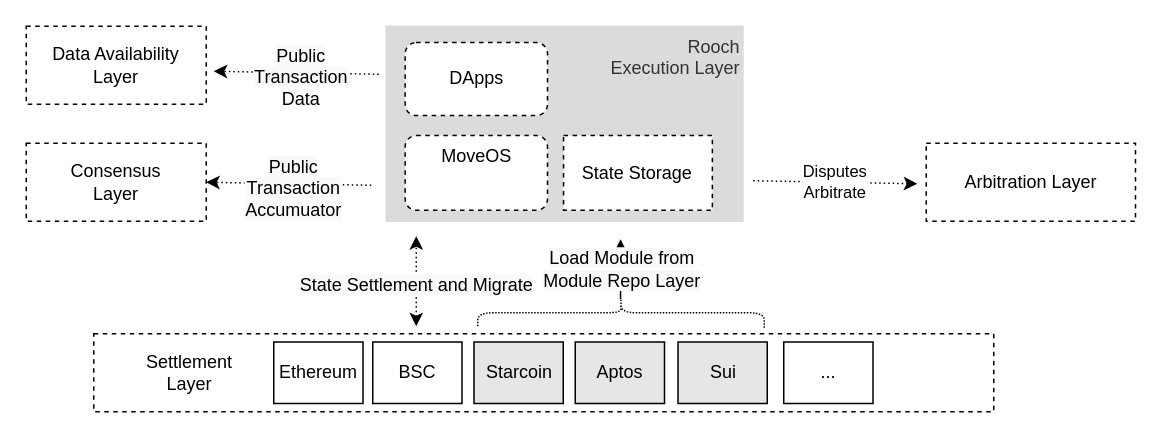
Before: page "modular" (2 of 10) of static/diagram/rooch.drawio in rooch-network/rooch-network.github.io, a draw.io diagram. Source tidied: cells renumbered, new cells numbered last; positions are measured from the earlier drawing's top-left corner, leaving out a move shared by most shapes. Both pictures are drawn from the tidied source at 150%, with x=0, y=0 at pixel (26, 26).
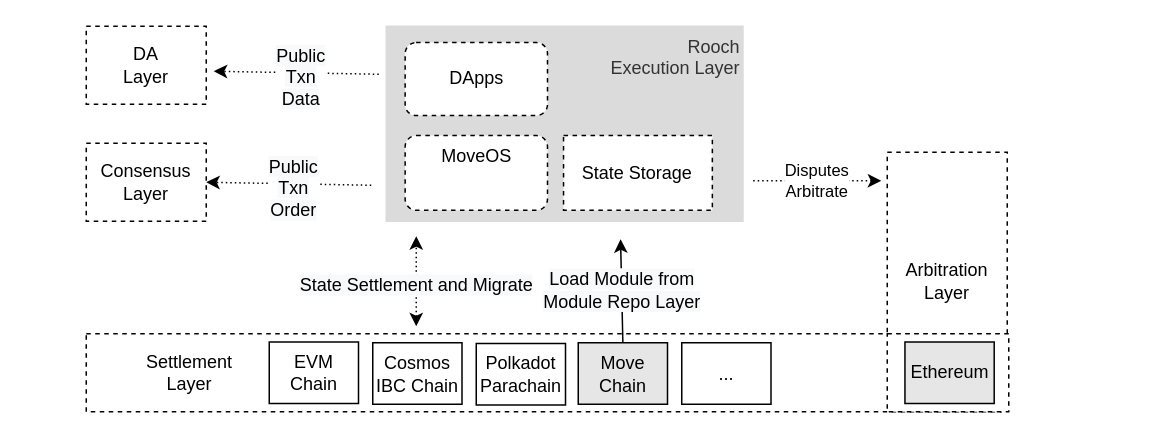
The same diagram, later.

The change refers to these unchanged cells:
```xml
<mxCell id="28" style="endArrow=classic;html=1;startArrow=none;startFill=0;dashed=1;dashPattern=1 2;entryX=1;entryY=0.5;entryDx=0;entryDy=0;endFill=1;" parent="1" edge="1" target="4">
  <mxGeometry relative="1" as="geometry">
    <mxPoint x="230" y="106" as="sourcePoint" />
  </mxGeometry>
</mxCell>
<mxCell id="30" style="endArrow=classic;html=1;startArrow=none;startFill=0;dashed=1;dashPattern=1 2;entryX=1;entryY=0.5;entryDx=0;entryDy=0;" parent="1" edge="1">
  <mxGeometry relative="1" as="geometry">
    <mxPoint x="235" y="32" as="sourcePoint" />
    <mxPoint x="125" y="30" as="targetPoint" />
  </mxGeometry>
</mxCell>
```

What changed in the source:
```diff
@@
     <mxCell id="2" value="&lt;span&gt;Arbitration Layer&lt;/span&gt;" style="rounded=0;whiteSpace=wrap;html=1;dashed=1;" parent="1" vertex="1">
-      <mxGeometry x="600" y="78" width="139.5" height="52" as="geometry" />
+      <mxGeometry x="574" y="84" width="80" height="172" as="geometry" />
     </mxCell>
-    <mxCell id="3" value="&lt;span&gt;Data Availability&lt;br&gt;Layer&lt;br&gt;&lt;/span&gt;" style="rounded=0;whiteSpace=wrap;html=1;dashed=1;" parent="1" vertex="1">
-      <mxGeometry width="120" height="52" as="geometry" />
+    <mxCell id="3" value="&lt;span&gt;DA&lt;br&gt;Layer&lt;br&gt;&lt;/span&gt;" style="rounded=0;whiteSpace=wrap;html=1;dashed=1;" parent="1" vertex="1">
+      <mxGeometry x="40" width="80" height="52" as="geometry" />
     </mxCell>
     <mxCell id="4" value="&lt;span&gt;Consensus&lt;br&gt;Layer&lt;br&gt;&lt;/span&gt;" style="rounded=0;whiteSpace=wrap;html=1;dashed=1;" parent="1" vertex="1">
-      <mxGeometry y="78" width="120" height="52" as="geometry" />
+      <mxGeometry x="40" y="78" width="80" height="52" as="geometry" />
     </mxCell>
     <mxCell id="5" style="rounded=0;whiteSpace=wrap;html=1;dashed=1;" parent="1" vertex="1">
-      <mxGeometry x="45" y="205" width="600" height="52" as="geometry" />
+      <mxGeometry x="40" y="205" width="610" height="52" as="geometry" />
     </mxCell>
-    <mxCell id="6" style="group;verticalAlign=middle;fillColor=default;" parent="1" vertex="1">
-      <mxGeometry x="165" y="210.5" width="59.5" height="41" as="geometry" />
-    </mxCell>
-    <mxCell id="7" value="&lt;span&gt;Ethereum&lt;/span&gt;" style="rounded=0;whiteSpace=wrap;html=1;verticalAlign=middle;align=center;" parent="6" vertex="1">
-      <mxGeometry width="59.5" height="41" as="geometry" />
-    </mxCell>
     <mxCell id="8" style="group;verticalAlign=middle;fillColor=default;" parent="1" vertex="1">
-      <mxGeometry x="231" y="210.5" width="59.5" height="41" as="geometry" />
+      <mxGeometry x="162" y="210.5" width="59.5" height="41" as="geometry" />
     </mxCell>
-    <mxCell id="9" value="BSC" style="rounded=0;whiteSpace=wrap;html=1;verticalAlign=middle;align=center;" parent="8" vertex="1">
+    <mxCell id="9" value="EVM Chain" style="rounded=0;whiteSpace=wrap;html=1;verticalAlign=middle;align=center;" parent="8" vertex="1">
       <mxGeometry width="59.5" height="41" as="geometry" />
     </mxCell>
@@
     <mxCell id="13" style="group;verticalAlign=middle;fillColor=default;" parent="1" vertex="1">
-      <mxGeometry x="505" y="210.5" width="59.5" height="41" as="geometry" />
+      <mxGeometry x="437" y="211" width="59.5" height="41" as="geometry" />
     </mxCell>
@@
-    <mxCell id="15" value="Aptos" style="rounded=0;whiteSpace=wrap;html=1;verticalAlign=middle;align=center;fillColor=#E6E6E6;" parent="1" vertex="1">
-      <mxGeometry x="366" y="210.5" width="59.5" height="41" as="geometry" />
-    </mxCell>
-    <mxCell id="16" value="Starcoin" style="rounded=0;whiteSpace=wrap;html=1;verticalAlign=middle;align=center;fillColor=#E6E6E6;" parent="1" vertex="1">
-      <mxGeometry x="298.5" y="210.5" width="59.5" height="41" as="geometry" />
+    <mxCell id="16" value="Move Chain" style="rounded=0;whiteSpace=wrap;html=1;verticalAlign=middle;align=center;fillColor=#E6E6E6;" parent="1" vertex="1">
+      <mxGeometry x="368" y="211" width="59.5" height="41" as="geometry" />
     </mxCell>
-    <mxCell id="17" value="Sui" style="rounded=0;whiteSpace=wrap;html=1;verticalAlign=middle;align=center;fillColor=#E6E6E6;" parent="1" vertex="1">
-      <mxGeometry x="434.5" y="210.5" width="59.5" height="41" as="geometry" />
-    </mxCell>
-    <mxCell id="18" style="shape=curlyBracket;whiteSpace=wrap;html=1;rounded=1;fillColor=#E6E6E6;direction=south;dashed=1;dashPattern=1 1;" parent="1" vertex="1">
-      <mxGeometry x="301" y="181" width="191" height="20" as="geometry" />
-    </mxCell>
@@
-    <mxCell id="21" style="endArrow=classic;html=1;" parent="1" edge="1">
+    <mxCell id="21" style="endArrow=classic;html=1;exitX=0.5;exitY=0;exitDx=0;exitDy=0;" parent="1" edge="1" source="16">
       <mxGeometry relative="1" as="geometry">
-        <mxPoint x="396.2" y="182" as="sourcePoint" />
         <mxPoint x="396.2" y="142" as="targetPoint" />
       </mxGeometry>
     </mxCell>
@@
-    <mxCell id="29" value="&lt;span style=&quot;font-size: 12px ; background-color: rgb(248 , 249 , 250)&quot;&gt;Public&lt;br&gt;Transaction&lt;br&gt;Accumuator&lt;br&gt;&lt;/span&gt;" style="edgeLabel;html=1;align=center;verticalAlign=middle;" parent="28" vertex="1">
+    <mxCell id="29" value="&lt;span style=&quot;font-size: 12px ; background-color: rgb(248 , 249 , 250)&quot;&gt;Public&lt;br&gt;Txn&lt;br&gt;Order&lt;br&gt;&lt;/span&gt;" style="edgeLabel;html=1;align=center;verticalAlign=middle;" parent="28" vertex="1">
       <mxGeometry x="-0.05" y="1" relative="1" as="geometry">
         <mxPoint y="1" as="offset" />
       </mxGeometry>
     </mxCell>
@@
-    <mxCell id="31" value="&lt;span style=&quot;font-size: 12px ; background-color: rgb(248 , 249 , 250)&quot;&gt;Public&lt;br&gt;Transaction&lt;br&gt;Data&lt;br&gt;&lt;/span&gt;" style="edgeLabel;html=1;align=center;verticalAlign=middle;" parent="30" vertex="1">
+    <mxCell id="31" value="&lt;span style=&quot;font-size: 12px ; background-color: rgb(248 , 249 , 250)&quot;&gt;Public&lt;br&gt;Txn&lt;br&gt;Data&lt;br&gt;&lt;/span&gt;" style="edgeLabel;html=1;align=center;verticalAlign=middle;" parent="30" vertex="1">
       <mxGeometry x="-0.05" y="1" relative="1" as="geometry">
         <mxPoint y="1" as="offset" />
       </mxGeometry>
     </mxCell>
     <mxCell id="32" value="Disputes&lt;br&gt;Arbitrate" style="endArrow=none;html=1;startArrow=classic;startFill=1;dashed=1;dashPattern=1 2;entryX=1;entryY=0.5;entryDx=0;entryDy=0;endFill=0;" parent="1" edge="1">
       <mxGeometry relative="1" as="geometry">
-        <mxPoint x="594" y="105" as="sourcePoint" />
+        <mxPoint x="570" y="103" as="sourcePoint" />
         <mxPoint x="484" y="103" as="targetPoint" />
       </mxGeometry>
     </mxCell>
+    <mxCell id="33" style="rounded=0;whiteSpace=wrap;html=1;dashed=1;" parent="1" vertex="1">
+      <mxGeometry x="574" y="205" width="81" height="52" as="geometry" />
+    </mxCell>
+    <mxCell id="34" style="group;verticalAlign=middle;fillColor=default;" parent="1" vertex="1">
+      <mxGeometry x="231" y="211" width="59.5" height="41" as="geometry" />
+    </mxCell>
+    <mxCell id="35" value="Cosmos IBC Chain" style="rounded=0;whiteSpace=wrap;html=1;verticalAlign=middle;align=center;" parent="34" vertex="1">
+      <mxGeometry width="59.5" height="41" as="geometry" />
+    </mxCell>
+    <mxCell id="36" style="group;verticalAlign=middle;fillColor=default;" parent="1" vertex="1">
+      <mxGeometry x="300" y="211.5" width="59.5" height="41" as="geometry" />
+    </mxCell>
+    <mxCell id="37" value="Polkadot Parachain" style="rounded=0;whiteSpace=wrap;html=1;verticalAlign=middle;align=center;" parent="36" vertex="1">
+      <mxGeometry width="59.5" height="41" as="geometry" />
+    </mxCell>
+    <mxCell id="7" value="&lt;span&gt;Ethereum&lt;/span&gt;" style="rounded=0;whiteSpace=wrap;html=1;verticalAlign=middle;align=center;fillColor=#E6E6E6;" parent="1" vertex="1">
+      <mxGeometry x="585.8" y="210.5" width="59.5" height="41" as="geometry" />
+    </mxCell>
```
